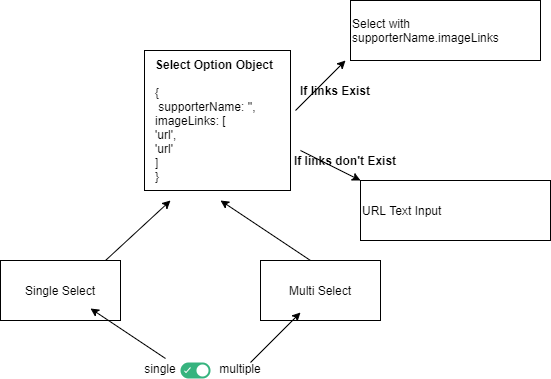
This is selectSupporterAttribution.png from DylanMoylan/drawIORepo, a draw.io export, as it was before one commit. Source tidied: cells renumbered, new cells last; positions are measured from the earlier drawing's top-left corner, leaving out a move shared by most shapes. Source of this version:
```xml
<mxGraphModel>
  <root>
    <mxCell id="0" />
    <mxCell id="1" parent="0" />
    <mxCell id="2" value="Single Select" style="rounded=0;whiteSpace=wrap;html=1;" parent="1" vertex="1">
      <mxGeometry y="260" width="120" height="60" as="geometry" />
    </mxCell>
    <mxCell id="3" style="fillColor=#36B37E;strokeColor=none;rounded=1;arcSize=50;" parent="1" vertex="1">
      <mxGeometry x="180" y="362" width="30" height="16" as="geometry" />
    </mxCell>
    <mxCell id="4" style="shape=ellipse;strokeColor=none;fillColor=#ffffff;" parent="3" vertex="1">
      <mxGeometry x="1" y="0.5" width="12" height="12" relative="1" as="geometry">
        <mxPoint x="-14" y="-6" as="offset" />
      </mxGeometry>
    </mxCell>
    <mxCell id="5" style="html=1;shadow=0;dashed=0;shape=mxgraph.atlassian.check;strokeColor=#ffffff;" parent="3" vertex="1">
      <mxGeometry y="0.5" width="6" height="5" relative="1" as="geometry">
        <mxPoint x="4" y="-3" as="offset" />
      </mxGeometry>
    </mxCell>
    <mxCell id="6" value="multiple" style="text;html=1;strokeColor=none;fillColor=none;align=center;verticalAlign=middle;whiteSpace=wrap;rounded=0;" parent="1" vertex="1">
      <mxGeometry x="220" y="358" width="40" height="20" as="geometry" />
    </mxCell>
    <mxCell id="7" value="single" style="text;html=1;strokeColor=none;fillColor=none;align=center;verticalAlign=middle;whiteSpace=wrap;rounded=0;" parent="1" vertex="1">
      <mxGeometry x="140" y="358" width="40" height="20" as="geometry" />
    </mxCell>
    <mxCell id="8" value="Multi Select" style="rounded=0;whiteSpace=wrap;html=1;" parent="1" vertex="1">
      <mxGeometry x="260" y="260" width="120" height="60" as="geometry" />
    </mxCell>
    <mxCell id="9" style="endArrow=classic;html=1;" parent="1" edge="1">
      <mxGeometry relative="1" as="geometry">
        <mxPoint x="250" y="362" as="sourcePoint" />
        <mxPoint x="300" y="312" as="targetPoint" />
      </mxGeometry>
    </mxCell>
    <mxCell id="10" style="endArrow=classic;html=1;" parent="1" edge="1">
      <mxGeometry relative="1" as="geometry">
        <mxPoint x="165" y="358" as="sourcePoint" />
        <mxPoint x="90" y="308" as="targetPoint" />
      </mxGeometry>
    </mxCell>
    <mxCell id="11" style="endArrow=classic;html=1;" parent="1" edge="1">
      <mxGeometry relative="1" as="geometry">
        <mxPoint x="105" y="260" as="sourcePoint" />
        <mxPoint x="170" y="200" as="targetPoint" />
      </mxGeometry>
    </mxCell>
    <mxCell id="12" style="endArrow=classic;html=1;" parent="1" edge="1">
      <mxGeometry relative="1" as="geometry">
        <mxPoint x="310" y="260" as="sourcePoint" />
        <mxPoint x="220" y="200" as="targetPoint" />
      </mxGeometry>
    </mxCell>
    <mxCell id="13" value="&lt;b&gt;Select Option Object&lt;br&gt;&lt;/b&gt;&lt;br&gt;{&lt;br&gt;&amp;nbsp;supporterName: '',&lt;br&gt;imageLinks: [&lt;br&gt;'url',&lt;br&gt;'url'&lt;br&gt;]&lt;br&gt;}" style="rounded=0;whiteSpace=wrap;html=1;align=left;spacingLeft=9;" parent="1" vertex="1">
      <mxGeometry x="144" y="50" width="146" height="140" as="geometry" />
    </mxCell>
    <mxCell id="14" style="endArrow=classic;html=1;" parent="1" edge="1">
      <mxGeometry relative="1" as="geometry">
        <mxPoint x="295" y="110" as="sourcePoint" />
        <mxPoint x="345" y="60" as="targetPoint" />
      </mxGeometry>
    </mxCell>
    <mxCell id="15" style="endArrow=classic;html=1;" parent="1" edge="1">
      <mxGeometry relative="1" as="geometry">
        <mxPoint x="300" y="150" as="sourcePoint" />
        <mxPoint x="360" y="180" as="targetPoint" />
      </mxGeometry>
    </mxCell>
    <mxCell id="16" value="If links don't Exist" style="text;html=1;strokeColor=none;fillColor=none;align=center;verticalAlign=middle;whiteSpace=wrap;rounded=0;fontStyle=1;" parent="1" vertex="1">
      <mxGeometry x="290" y="150" width="110" height="20" as="geometry" />
    </mxCell>
    <mxCell id="17" value="If links Exist" style="text;html=1;strokeColor=none;fillColor=none;align=center;verticalAlign=middle;whiteSpace=wrap;rounded=0;fontStyle=1;" parent="1" vertex="1">
      <mxGeometry x="280" y="80" width="110" height="20" as="geometry" />
    </mxCell>
    <mxCell id="18" value="Select with supporterName.imageLinks" style="rounded=0;whiteSpace=wrap;html=1;align=left;" parent="1" vertex="1">
      <mxGeometry x="350" width="190" height="60" as="geometry" />
    </mxCell>
    <mxCell id="19" value="URL Text Input" style="rounded=0;whiteSpace=wrap;html=1;align=left;" parent="1" vertex="1">
      <mxGeometry x="360" y="180" width="190" height="60" as="geometry" />
    </mxCell>
  </root>
</mxGraphModel>
```
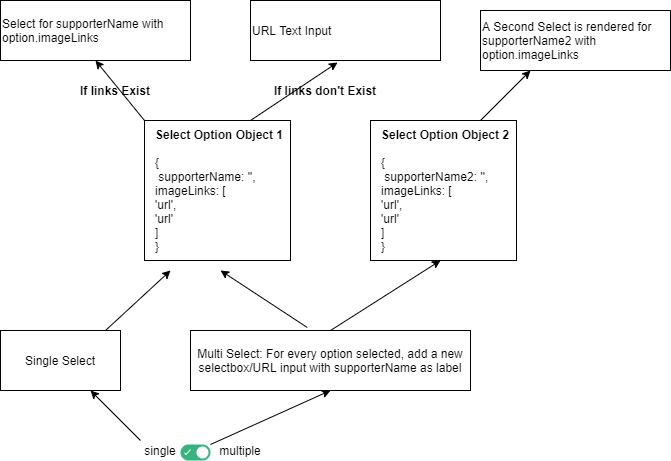
The same diagram one commit later.

The edit, as a diff of the source:
```diff
@@ -3,10 +3,10 @@
     <mxCell id="0" />
     <mxCell id="1" parent="0" />
     <mxCell id="2" value="Single Select" style="rounded=0;whiteSpace=wrap;html=1;" parent="1" vertex="1">
-      <mxGeometry y="260" width="120" height="60" as="geometry" />
+      <mxGeometry x="-90" y="520" width="120" height="60" as="geometry" />
     </mxCell>
     <mxCell id="3" style="fillColor=#36B37E;strokeColor=none;rounded=1;arcSize=50;" parent="1" vertex="1">
-      <mxGeometry x="180" y="362" width="30" height="16" as="geometry" />
+      <mxGeometry x="90" y="634" width="30" height="16" as="geometry" />
     </mxCell>
     <mxCell id="4" style="shape=ellipse;strokeColor=none;fillColor=#ffffff;" parent="3" vertex="1">
       <mxGeometry x="1" y="0.5" width="12" height="12" relative="1" as="geometry">
@@ -19,64 +19,74 @@
       </mxGeometry>
     </mxCell>
     <mxCell id="6" value="multiple" style="text;html=1;strokeColor=none;fillColor=none;align=center;verticalAlign=middle;whiteSpace=wrap;rounded=0;" parent="1" vertex="1">
-      <mxGeometry x="220" y="358" width="40" height="20" as="geometry" />
+      <mxGeometry x="130" y="630" width="40" height="20" as="geometry" />
     </mxCell>
     <mxCell id="7" value="single" style="text;html=1;strokeColor=none;fillColor=none;align=center;verticalAlign=middle;whiteSpace=wrap;rounded=0;" parent="1" vertex="1">
-      <mxGeometry x="140" y="358" width="40" height="20" as="geometry" />
+      <mxGeometry x="50" y="630" width="40" height="20" as="geometry" />
     </mxCell>
-    <mxCell id="8" value="Multi Select" style="rounded=0;whiteSpace=wrap;html=1;" parent="1" vertex="1">
-      <mxGeometry x="260" y="260" width="120" height="60" as="geometry" />
+    <mxCell id="8" value="Multi Select: For every option selected, add a new selectbox/URL input with supporterName as label" style="rounded=0;whiteSpace=wrap;html=1;" parent="1" vertex="1">
+      <mxGeometry x="100" y="520" width="280" height="60" as="geometry" />
     </mxCell>
-    <mxCell id="9" style="endArrow=classic;html=1;" parent="1" edge="1">
+    <mxCell id="9" style="endArrow=classic;html=1;entryX=0.5;entryY=1;entryDx=0;entryDy=0;" parent="1" edge="1" target="8">
       <mxGeometry relative="1" as="geometry">
-        <mxPoint x="250" y="362" as="sourcePoint" />
-        <mxPoint x="300" y="312" as="targetPoint" />
+        <mxPoint x="120" y="634" as="sourcePoint" />
       </mxGeometry>
     </mxCell>
-    <mxCell id="10" style="endArrow=classic;html=1;" parent="1" edge="1">
-      <mxGeometry relative="1" as="geometry">
-        <mxPoint x="165" y="358" as="sourcePoint" />
-        <mxPoint x="90" y="308" as="targetPoint" />
-      </mxGeometry>
+    <mxCell id="10" style="endArrow=classic;html=1;entryX=0.75;entryY=1;entryDx=0;entryDy=0;exitX=0;exitY=0;exitDx=0;exitDy=0;" parent="1" edge="1" source="7" target="2">
+      <mxGeometry relative="1" as="geometry" />
     </mxCell>
     <mxCell id="11" style="endArrow=classic;html=1;" parent="1" edge="1">
       <mxGeometry relative="1" as="geometry">
-        <mxPoint x="105" y="260" as="sourcePoint" />
-        <mxPoint x="170" y="200" as="targetPoint" />
+        <mxPoint x="15" y="520" as="sourcePoint" />
+        <mxPoint x="80" y="460" as="targetPoint" />
       </mxGeometry>
     </mxCell>
-    <mxCell id="12" style="endArrow=classic;html=1;" parent="1" edge="1">
+    <mxCell id="12" style="endArrow=classic;html=1;exitX=0.417;exitY=-0.05;exitDx=0;exitDy=0;exitPerimeter=0;" parent="1" edge="1" source="8">
       <mxGeometry relative="1" as="geometry">
-        <mxPoint x="310" y="260" as="sourcePoint" />
-        <mxPoint x="220" y="200" as="targetPoint" />
+        <mxPoint x="130" y="460" as="targetPoint" />
       </mxGeometry>
     </mxCell>
-    <mxCell id="13" value="&lt;b&gt;Select Option Object&lt;br&gt;&lt;/b&gt;&lt;br&gt;{&lt;br&gt;&amp;nbsp;supporterName: '',&lt;br&gt;imageLinks: [&lt;br&gt;'url',&lt;br&gt;'url'&lt;br&gt;]&lt;br&gt;}" style="rounded=0;whiteSpace=wrap;html=1;align=left;spacingLeft=9;" parent="1" vertex="1">
-      <mxGeometry x="144" y="50" width="146" height="140" as="geometry" />
+    <mxCell id="13" value="&lt;b&gt;Select Option Object 1&lt;br&gt;&lt;/b&gt;&lt;br&gt;{&lt;br&gt;&amp;nbsp;supporterName: '',&lt;br&gt;imageLinks: [&lt;br&gt;'url',&lt;br&gt;'url'&lt;br&gt;]&lt;br&gt;}" style="rounded=0;whiteSpace=wrap;html=1;align=left;spacingLeft=9;" parent="1" vertex="1">
+      <mxGeometry x="54" y="310" width="146" height="140" as="geometry" />
     </mxCell>
-    <mxCell id="14" style="endArrow=classic;html=1;" parent="1" edge="1">
+    <mxCell id="14" style="endArrow=classic;html=1;entryX=0.5;entryY=1;entryDx=0;entryDy=0;" parent="1" edge="1" target="18">
       <mxGeometry relative="1" as="geometry">
-        <mxPoint x="295" y="110" as="sourcePoint" />
-        <mxPoint x="345" y="60" as="targetPoint" />
+        <mxPoint x="54" y="310" as="sourcePoint" />
       </mxGeometry>
     </mxCell>
-    <mxCell id="15" style="endArrow=classic;html=1;" parent="1" edge="1">
+    <mxCell id="15" style="endArrow=classic;html=1;entryX=0.458;entryY=1.033;entryDx=0;entryDy=0;entryPerimeter=0;" parent="1" edge="1" target="19">
       <mxGeometry relative="1" as="geometry">
-        <mxPoint x="300" y="150" as="sourcePoint" />
-        <mxPoint x="360" y="180" as="targetPoint" />
+        <mxPoint x="160" y="310" as="sourcePoint" />
       </mxGeometry>
     </mxCell>
     <mxCell id="16" value="If links don't Exist" style="text;html=1;strokeColor=none;fillColor=none;align=center;verticalAlign=middle;whiteSpace=wrap;rounded=0;fontStyle=1;" parent="1" vertex="1">
-      <mxGeometry x="290" y="150" width="110" height="20" as="geometry" />
+      <mxGeometry x="180" y="270" width="110" height="20" as="geometry" />
     </mxCell>
     <mxCell id="17" value="If links Exist" style="text;html=1;strokeColor=none;fillColor=none;align=center;verticalAlign=middle;whiteSpace=wrap;rounded=0;fontStyle=1;" parent="1" vertex="1">
-      <mxGeometry x="280" y="80" width="110" height="20" as="geometry" />
+      <mxGeometry x="-30" y="270" width="110" height="20" as="geometry" />
     </mxCell>
-    <mxCell id="18" value="Select with supporterName.imageLinks" style="rounded=0;whiteSpace=wrap;html=1;align=left;" parent="1" vertex="1">
-      <mxGeometry x="350" width="190" height="60" as="geometry" />
+    <mxCell id="18" value="Select for supporterName with option.imageLinks" style="rounded=0;whiteSpace=wrap;html=1;align=left;" parent="1" vertex="1">
+      <mxGeometry x="-90" y="190" width="190" height="60" as="geometry" />
     </mxCell>
     <mxCell id="19" value="URL Text Input" style="rounded=0;whiteSpace=wrap;html=1;align=left;" parent="1" vertex="1">
-      <mxGeometry x="360" y="180" width="190" height="60" as="geometry" />
+      <mxGeometry x="160" y="190" width="190" height="60" as="geometry" />
     </mxCell>
+    <mxCell id="20" style="endArrow=classic;html=1;exitX=0.5;exitY=0;exitDx=0;exitDy=0;" parent="1" edge="1" source="8">
+      <mxGeometry relative="1" as="geometry">
+        <mxPoint x="350" y="450" as="targetPoint" />
+      </mxGeometry>
+    </mxCell>
+    <mxCell id="21" value="&lt;b&gt;Select Option Object 2&lt;br&gt;&lt;/b&gt;&lt;br&gt;{&lt;br&gt;&amp;nbsp;supporterName2: '',&lt;br&gt;imageLinks: [&lt;br&gt;'url',&lt;br&gt;'url'&lt;br&gt;]&lt;br&gt;}" style="rounded=0;whiteSpace=wrap;html=1;align=left;spacingLeft=9;" parent="1" vertex="1">
+      <mxGeometry x="280" y="310" width="146" height="140" as="geometry" />
+    </mxCell>
+    <mxCell id="22" style="endArrow=classic;html=1;" parent="1" edge="1">
+      <mxGeometry relative="1" as="geometry">
+        <mxPoint x="390" y="310" as="sourcePoint" />
+        <mxPoint x="440" y="260" as="targetPoint" />
+      </mxGeometry>
+    </mxCell>
+    <mxCell id="23" value="A Second Select is rendered for supporterName2 with option.imageLinks" style="rounded=0;whiteSpace=wrap;html=1;align=left;" parent="1" vertex="1">
+      <mxGeometry x="390" y="200" width="190" height="60" as="geometry" />
+    </mxCell>
   </root>
 </mxGraphModel>
```
